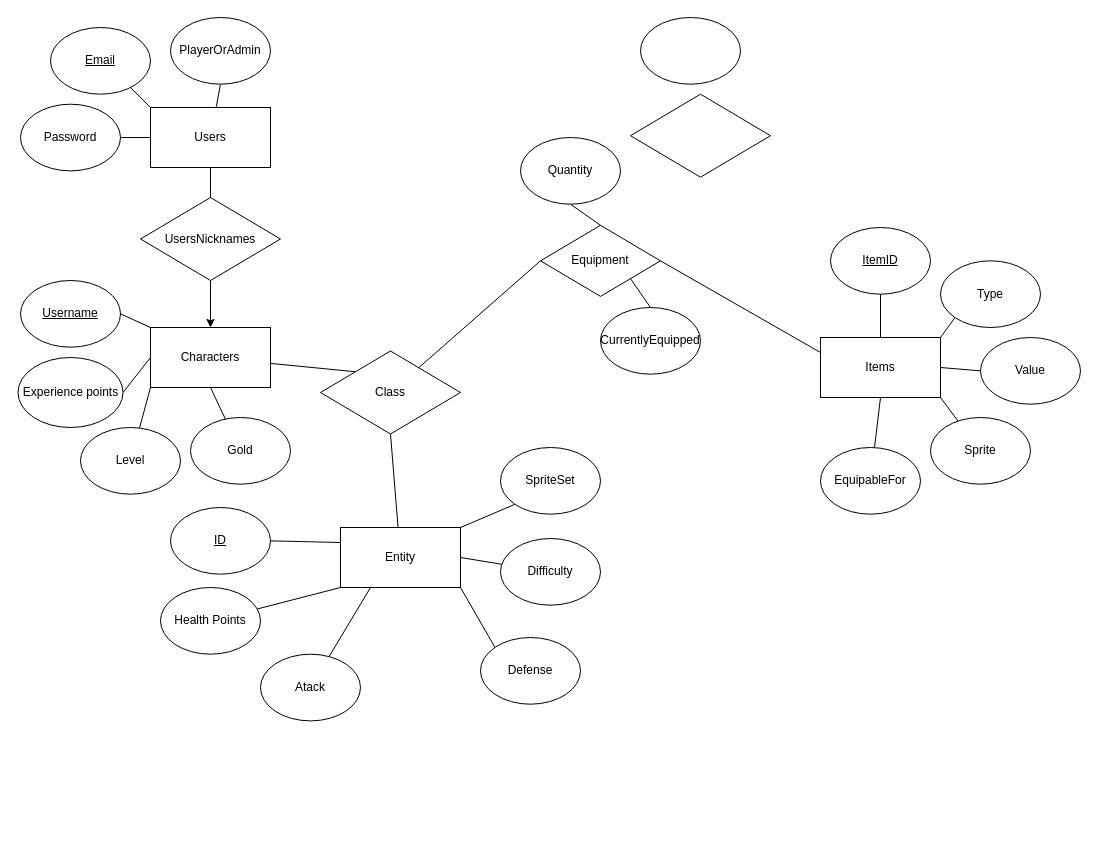
Before: do dokumentacji/encje.drawio in jakvbm1/JRPGProjekt, a draw.io diagram. Source tidied: cells renumbered, new cells numbered last; positions are measured from the earlier drawing's top-left corner, leaving out a move shared by most shapes. Both pictures are drawn from the tidied source at 100%, with x=0, y=0 at pixel (18, 17).
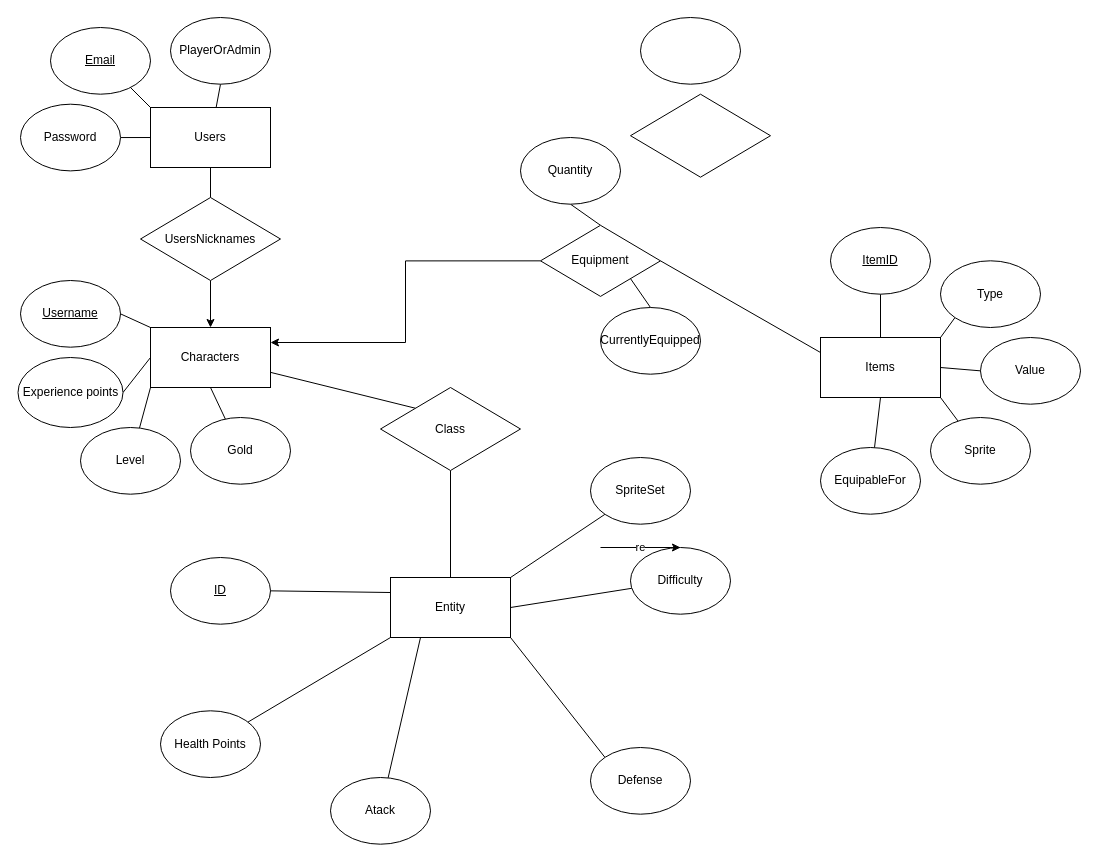
Above is the later version.

Commit message (it also covers changes not shown here):
added sql file, little change in drawio

The change refers to these unchanged cells:
```xml
<mxCell id="18" value="Characters" style="rounded=0;whiteSpace=wrap;html=1;" parent="1" vertex="1">
  <mxGeometry x="132" y="310" width="120" height="60" as="geometry" />
</mxCell>
<mxCell id="54" value="Equipment" style="rhombus;whiteSpace=wrap;html=1;" parent="1" vertex="1">
  <mxGeometry x="522" y="207.8" width="120" height="71.1" as="geometry" />
</mxCell>
```

Diff of the diagram source:
```diff
@@
     <mxCell id="6" value="Atack" style="ellipse;whiteSpace=wrap;html=1;" parent="1" vertex="1">
-      <mxGeometry x="242" y="636.7" width="100" height="66.7" as="geometry" />
+      <mxGeometry x="312" y="760" width="100" height="66.7" as="geometry" />
     </mxCell>
@@
-    <mxCell id="24" style="rounded=0;jettySize=auto;html=1;entryX=0;entryY=0.5;entryDx=0;entryDy=0;endArrow=none;endFill=0;" parent="1" edge="1" source="25" target="54">
-      <mxGeometry relative="1" as="geometry" />
-    </mxCell>
     <mxCell id="25" value="Class" style="rhombus;whiteSpace=wrap;html=1;" parent="1" vertex="1">
-      <mxGeometry x="302" y="333.5" width="140" height="83" as="geometry" />
+      <mxGeometry x="362" y="370" width="140" height="83" as="geometry" />
     </mxCell>
@@
     <mxCell id="33" value="Entity" style="rounded=0;whiteSpace=wrap;html=1;" parent="1" vertex="1">
-      <mxGeometry x="322" y="510" width="120" height="60" as="geometry" />
+      <mxGeometry x="372" y="560" width="120" height="60" as="geometry" />
     </mxCell>
     <mxCell id="34" value="ID" style="ellipse;whiteSpace=wrap;html=1;fontStyle=4;" parent="1" vertex="1">
-      <mxGeometry x="152" y="490" width="100" height="66.7" as="geometry" />
+      <mxGeometry x="152" y="540" width="100" height="66.7" as="geometry" />
     </mxCell>
     <mxCell id="35" value="Health Points" style="ellipse;whiteSpace=wrap;html=1;" parent="1" vertex="1">
-      <mxGeometry x="142" y="570" width="100" height="66.7" as="geometry" />
+      <mxGeometry x="142" y="693.3" width="100" height="66.7" as="geometry" />
     </mxCell>
@@
     <mxCell id="37" value="SpriteSet" style="ellipse;whiteSpace=wrap;html=1;" parent="1" vertex="1">
-      <mxGeometry x="482" y="430" width="100" height="66.7" as="geometry" />
+      <mxGeometry x="572" y="440" width="100" height="66.7" as="geometry" />
     </mxCell>
     <mxCell id="38" value="Defense" style="ellipse;whiteSpace=wrap;html=1;" parent="1" vertex="1">
-      <mxGeometry x="462" y="620" width="100" height="66.7" as="geometry" />
+      <mxGeometry x="572" y="730" width="100" height="66.7" as="geometry" />
     </mxCell>
     <mxCell id="39" value="Difficulty" style="ellipse;whiteSpace=wrap;html=1;" parent="1" vertex="1">
-      <mxGeometry x="482" y="521" width="100" height="66.7" as="geometry" />
+      <mxGeometry x="612" y="530" width="100" height="66.7" as="geometry" />
     </mxCell>
@@
+    <mxCell id="57" style="edgeStyle=orthogonalEdgeStyle;rounded=0;jettySize=auto;html=1;exitX=0;exitY=0.5;exitDx=0;exitDy=0;entryX=1;entryY=0.25;entryDx=0;entryDy=0;" parent="1" edge="1" source="54" target="18">
+      <mxGeometry relative="1" as="geometry" />
+    </mxCell>
@@
+    <mxCell id="58" value="re" style="edgeStyle=none;orthogonalLoop=1;jettySize=auto;html=1;rounded=0;" parent="1" edge="1">
+      <mxGeometry relative="1" as="geometry">
+        <mxPoint x="582" y="530" as="sourcePoint" />
+        <mxPoint x="662" y="530" as="targetPoint" />
+      </mxGeometry>
+    </mxCell>
```
